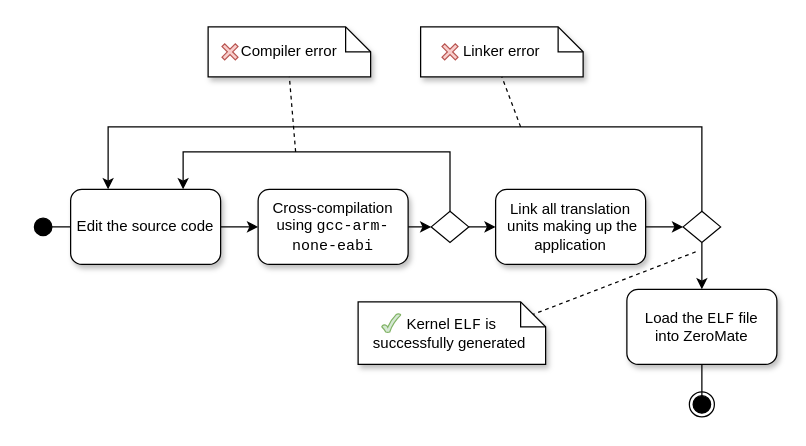
Earlier version of the draw.io diagram docs/diagrams/kernel/kernel_build_activity_diagram.drawio (silhavyj/ZeroMate). Source tidied: cells renumbered, new cells numbered last; positions are measured from the earlier drawing's top-left corner, leaving out a move shared by most shapes. Both pictures are drawn from the tidied source at 125%, with x=0, y=0 at pixel (32, 26).
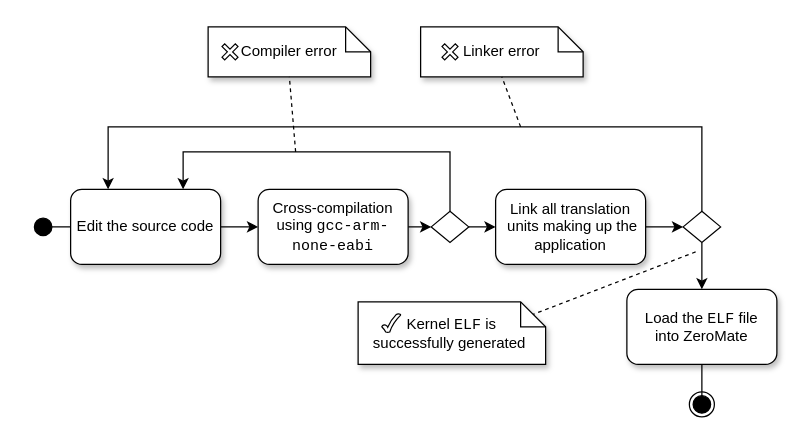
After the change.

What changed in the source:
```diff
@@
-    <mxCell id="23" style="shape=cross;whiteSpace=wrap;html=1;rotation=45;direction=west;fillColor=#f8cecc;strokeColor=#b85450;" parent="1" vertex="1">
+    <mxCell id="23" style="shape=cross;whiteSpace=wrap;html=1;rotation=45;direction=west;" parent="1" vertex="1">
       <mxGeometry x="150" y="12.5" width="15" height="15" as="geometry" />
     </mxCell>
-    <mxCell id="24" style="shape=cross;whiteSpace=wrap;html=1;rotation=45;direction=west;fillColor=#f8cecc;strokeColor=#b85450;" parent="1" vertex="1">
+    <mxCell id="24" style="shape=cross;whiteSpace=wrap;html=1;rotation=45;direction=west;" parent="1" vertex="1">
       <mxGeometry x="326" y="12.5" width="15" height="15" as="geometry" />
     </mxCell>
-    <mxCell id="25" style="verticalLabelPosition=bottom;verticalAlign=top;html=1;shape=mxgraph.basic.tick;fillColor=#d5e8d4;strokeColor=#82b366;" parent="1" vertex="1">
+    <mxCell id="25" style="verticalLabelPosition=bottom;verticalAlign=top;html=1;shape=mxgraph.basic.tick;" parent="1" vertex="1">
       <mxGeometry x="279" y="229.5" width="15" height="15" as="geometry" />
     </mxCell>
```
